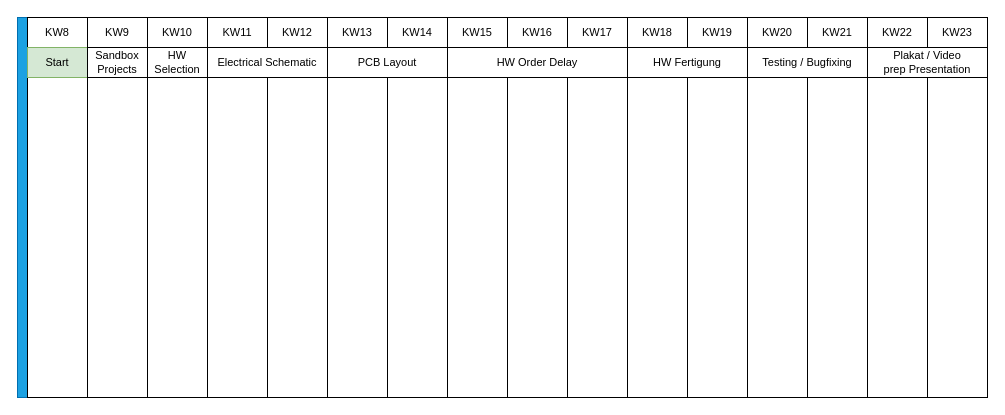
The draw.io diagram Documentation/timeplan/timeplan.drawio in KROIA/Voicemail-Box, before the edit. Source tidied: cells renumbered, new cells numbered last; positions are measured from the earlier drawing's top-left corner, leaving out a move shared by most shapes. Both pictures are drawn from the tidied source at 100%, with x=0, y=0 at pixel (17, 17).
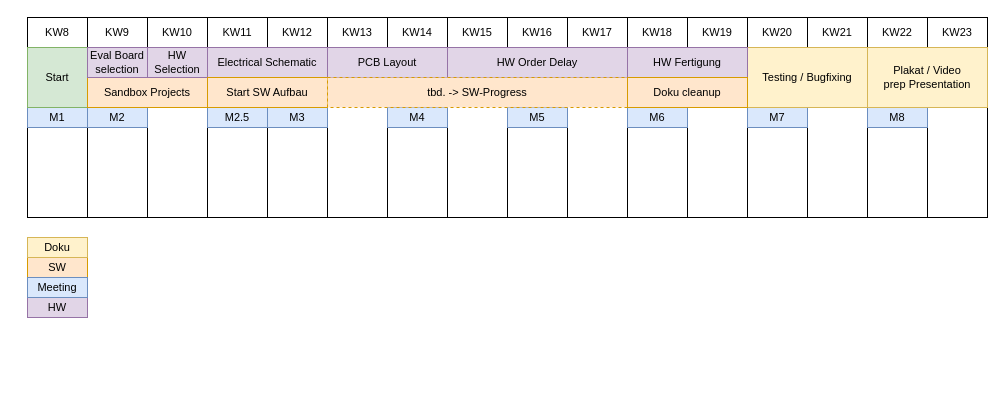
The same diagram, later.

Change to the diagram source:
```diff
@@
-    <mxCell id="2" style="group;fillColor=#1ba1e2;strokeColor=#006EAF;fontColor=#ffffff;" parent="1" vertex="1">
-      <mxGeometry width="970" height="380" as="geometry" />
-    </mxCell>
+    <mxCell id="44" style="group;" parent="1" vertex="1">
+      <mxGeometry x="10" width="960" height="200" as="geometry" />
+    </mxCell>
-    <mxCell id="3" style="rounded=0;whiteSpace=wrap;html=1;fontFamily=Helvetica;fontSize=11;fontColor=default;labelBackgroundColor=default;" parent="1" vertex="1">
-      <mxGeometry x="10" width="60" height="380" as="geometry" />
+    <mxCell id="3" style="rounded=0;whiteSpace=wrap;html=1;fontFamily=Helvetica;fontSize=11;fontColor=default;labelBackgroundColor=default;" parent="44" vertex="1">
+      <mxGeometry width="60" height="200" as="geometry" />
     </mxCell>
-    <mxCell id="4" style="rounded=0;whiteSpace=wrap;html=1;fontFamily=Helvetica;fontSize=11;fontColor=default;labelBackgroundColor=default;" parent="1" vertex="1">
-      <mxGeometry x="70" width="60" height="380" as="geometry" />
+    <mxCell id="4" style="rounded=0;whiteSpace=wrap;html=1;fontFamily=Helvetica;fontSize=11;fontColor=default;labelBackgroundColor=default;" parent="44" vertex="1">
+      <mxGeometry x="60" width="60" height="200" as="geometry" />
     </mxCell>
-    <mxCell id="5" style="rounded=0;whiteSpace=wrap;html=1;fontFamily=Helvetica;fontSize=11;fontColor=default;labelBackgroundColor=default;" parent="1" vertex="1">
-      <mxGeometry x="130" width="60" height="380" as="geometry" />
+    <mxCell id="5" style="rounded=0;whiteSpace=wrap;html=1;fontFamily=Helvetica;fontSize=11;fontColor=default;labelBackgroundColor=default;" parent="44" vertex="1">
+      <mxGeometry x="120" width="60" height="200" as="geometry" />
     </mxCell>
-    <mxCell id="6" style="rounded=0;whiteSpace=wrap;html=1;fontFamily=Helvetica;fontSize=11;fontColor=default;labelBackgroundColor=default;" parent="1" vertex="1">
-      <mxGeometry x="190" width="60" height="380" as="geometry" />
+    <mxCell id="6" style="rounded=0;whiteSpace=wrap;html=1;fontFamily=Helvetica;fontSize=11;fontColor=default;labelBackgroundColor=default;" parent="44" vertex="1">
+      <mxGeometry x="180" width="60" height="200" as="geometry" />
     </mxCell>
-    <mxCell id="7" style="rounded=0;whiteSpace=wrap;html=1;fontFamily=Helvetica;fontSize=11;fontColor=default;labelBackgroundColor=default;" parent="1" vertex="1">
-      <mxGeometry x="250" width="60" height="380" as="geometry" />
+    <mxCell id="7" style="rounded=0;whiteSpace=wrap;html=1;fontFamily=Helvetica;fontSize=11;fontColor=default;labelBackgroundColor=default;" parent="44" vertex="1">
+      <mxGeometry x="240" width="60" height="200" as="geometry" />
     </mxCell>
-    <mxCell id="8" style="rounded=0;whiteSpace=wrap;html=1;fontFamily=Helvetica;fontSize=11;fontColor=default;labelBackgroundColor=default;" parent="1" vertex="1">
-      <mxGeometry x="310" width="60" height="380" as="geometry" />
+    <mxCell id="8" style="rounded=0;whiteSpace=wrap;html=1;fontFamily=Helvetica;fontSize=11;fontColor=default;labelBackgroundColor=default;" parent="44" vertex="1">
+      <mxGeometry x="300" width="60" height="200" as="geometry" />
     </mxCell>
-    <mxCell id="9" style="rounded=0;whiteSpace=wrap;html=1;fontFamily=Helvetica;fontSize=11;fontColor=default;labelBackgroundColor=default;" parent="1" vertex="1">
-      <mxGeometry x="370" width="60" height="380" as="geometry" />
+    <mxCell id="9" style="rounded=0;whiteSpace=wrap;html=1;fontFamily=Helvetica;fontSize=11;fontColor=default;labelBackgroundColor=default;" parent="44" vertex="1">
+      <mxGeometry x="360" width="60" height="200" as="geometry" />
     </mxCell>
-    <mxCell id="10" style="rounded=0;whiteSpace=wrap;html=1;fontFamily=Helvetica;fontSize=11;fontColor=default;labelBackgroundColor=default;" parent="1" vertex="1">
-      <mxGeometry x="430" width="60" height="380" as="geometry" />
+    <mxCell id="10" style="rounded=0;whiteSpace=wrap;html=1;fontFamily=Helvetica;fontSize=11;fontColor=default;labelBackgroundColor=default;" parent="44" vertex="1">
+      <mxGeometry x="420" width="60" height="200" as="geometry" />
     </mxCell>
-    <mxCell id="11" style="rounded=0;whiteSpace=wrap;html=1;fontFamily=Helvetica;fontSize=11;fontColor=default;labelBackgroundColor=default;" parent="1" vertex="1">
-      <mxGeometry x="490" width="60" height="380" as="geometry" />
+    <mxCell id="11" style="rounded=0;whiteSpace=wrap;html=1;fontFamily=Helvetica;fontSize=11;fontColor=default;labelBackgroundColor=default;" parent="44" vertex="1">
+      <mxGeometry x="480" width="60" height="200" as="geometry" />
     </mxCell>
-    <mxCell id="12" style="rounded=0;whiteSpace=wrap;html=1;fontFamily=Helvetica;fontSize=11;fontColor=default;labelBackgroundColor=default;" parent="1" vertex="1">
-      <mxGeometry x="550" width="60" height="380" as="geometry" />
+    <mxCell id="12" style="rounded=0;whiteSpace=wrap;html=1;fontFamily=Helvetica;fontSize=11;fontColor=default;labelBackgroundColor=default;" parent="44" vertex="1">
+      <mxGeometry x="540" width="60" height="200" as="geometry" />
     </mxCell>
-    <mxCell id="13" style="rounded=0;whiteSpace=wrap;html=1;fontFamily=Helvetica;fontSize=11;fontColor=default;labelBackgroundColor=default;" parent="1" vertex="1">
-      <mxGeometry x="610" width="60" height="380" as="geometry" />
+    <mxCell id="13" style="rounded=0;whiteSpace=wrap;html=1;fontFamily=Helvetica;fontSize=11;fontColor=default;labelBackgroundColor=default;" parent="44" vertex="1">
+      <mxGeometry x="600" width="60" height="200" as="geometry" />
     </mxCell>
-    <mxCell id="14" style="rounded=0;whiteSpace=wrap;html=1;fontFamily=Helvetica;fontSize=11;fontColor=default;labelBackgroundColor=default;" parent="1" vertex="1">
-      <mxGeometry x="670" width="60" height="380" as="geometry" />
+    <mxCell id="14" style="rounded=0;whiteSpace=wrap;html=1;fontFamily=Helvetica;fontSize=11;fontColor=default;labelBackgroundColor=default;" parent="44" vertex="1">
+      <mxGeometry x="660" width="60" height="200" as="geometry" />
     </mxCell>
-    <mxCell id="15" style="rounded=0;whiteSpace=wrap;html=1;fontFamily=Helvetica;fontSize=11;fontColor=default;labelBackgroundColor=default;" parent="1" vertex="1">
-      <mxGeometry x="730" width="60" height="380" as="geometry" />
+    <mxCell id="15" style="rounded=0;whiteSpace=wrap;html=1;fontFamily=Helvetica;fontSize=11;fontColor=default;labelBackgroundColor=default;" parent="44" vertex="1">
+      <mxGeometry x="720" width="60" height="200" as="geometry" />
     </mxCell>
-    <mxCell id="16" style="rounded=0;whiteSpace=wrap;html=1;fontFamily=Helvetica;fontSize=11;fontColor=default;labelBackgroundColor=default;" parent="1" vertex="1">
-      <mxGeometry x="790" width="60" height="380" as="geometry" />
+    <mxCell id="16" style="rounded=0;whiteSpace=wrap;html=1;fontFamily=Helvetica;fontSize=11;fontColor=default;labelBackgroundColor=default;" parent="44" vertex="1">
+      <mxGeometry x="780" width="60" height="200" as="geometry" />
     </mxCell>
-    <mxCell id="17" style="rounded=0;whiteSpace=wrap;html=1;fontFamily=Helvetica;fontSize=11;fontColor=default;labelBackgroundColor=default;" parent="1" vertex="1">
-      <mxGeometry x="850" width="60" height="380" as="geometry" />
+    <mxCell id="17" style="rounded=0;whiteSpace=wrap;html=1;fontFamily=Helvetica;fontSize=11;fontColor=default;labelBackgroundColor=default;" parent="44" vertex="1">
+      <mxGeometry x="840" width="60" height="200" as="geometry" />
     </mxCell>
+    <mxCell id="33" style="rounded=0;whiteSpace=wrap;html=1;fontFamily=Helvetica;fontSize=11;fontColor=default;labelBackgroundColor=default;" parent="44" vertex="1">
+      <mxGeometry x="900" width="60" height="200" as="geometry" />
+    </mxCell>
+    <mxCell id="45" value="M1" style="rounded=0;whiteSpace=wrap;html=1;fontFamily=Helvetica;fontSize=11;labelBackgroundColor=none;fillColor=#dae8fc;strokeColor=#6c8ebf;" parent="44" vertex="1">
+      <mxGeometry y="90" width="60" height="20" as="geometry" />
+    </mxCell>
+    <mxCell id="46" value="M2.5" style="rounded=0;whiteSpace=wrap;html=1;fontFamily=Helvetica;fontSize=11;labelBackgroundColor=none;fillColor=#dae8fc;strokeColor=#6c8ebf;" parent="44" vertex="1">
+      <mxGeometry x="180" y="90" width="60" height="20" as="geometry" />
+    </mxCell>
+    <mxCell id="47" value="M2" style="rounded=0;whiteSpace=wrap;html=1;fontFamily=Helvetica;fontSize=11;labelBackgroundColor=none;fillColor=#dae8fc;strokeColor=#6c8ebf;" parent="44" vertex="1">
+      <mxGeometry x="60" y="90" width="60" height="20" as="geometry" />
+    </mxCell>
+    <mxCell id="48" value="M3" style="rounded=0;whiteSpace=wrap;html=1;fontFamily=Helvetica;fontSize=11;labelBackgroundColor=none;fillColor=#dae8fc;strokeColor=#6c8ebf;" parent="44" vertex="1">
+      <mxGeometry x="240" y="90" width="60" height="20" as="geometry" />
+    </mxCell>
+    <mxCell id="49" value="M4" style="rounded=0;whiteSpace=wrap;html=1;fontFamily=Helvetica;fontSize=11;labelBackgroundColor=none;fillColor=#dae8fc;strokeColor=#6c8ebf;" parent="44" vertex="1">
+      <mxGeometry x="360" y="90" width="60" height="20" as="geometry" />
+    </mxCell>
+    <mxCell id="50" value="M5" style="rounded=0;whiteSpace=wrap;html=1;fontFamily=Helvetica;fontSize=11;labelBackgroundColor=none;fillColor=#dae8fc;strokeColor=#6c8ebf;" parent="44" vertex="1">
+      <mxGeometry x="480" y="90" width="60" height="20" as="geometry" />
+    </mxCell>
+    <mxCell id="51" value="M6" style="rounded=0;whiteSpace=wrap;html=1;fontFamily=Helvetica;fontSize=11;labelBackgroundColor=none;fillColor=#dae8fc;strokeColor=#6c8ebf;" parent="44" vertex="1">
+      <mxGeometry x="600" y="90" width="60" height="20" as="geometry" />
+    </mxCell>
+    <mxCell id="52" value="M7" style="rounded=0;whiteSpace=wrap;html=1;fontFamily=Helvetica;fontSize=11;labelBackgroundColor=none;fillColor=#dae8fc;strokeColor=#6c8ebf;" parent="44" vertex="1">
+      <mxGeometry x="720" y="90" width="60" height="20" as="geometry" />
+    </mxCell>
+    <mxCell id="53" value="M8" style="rounded=0;whiteSpace=wrap;html=1;fontFamily=Helvetica;fontSize=11;labelBackgroundColor=none;fillColor=#dae8fc;strokeColor=#6c8ebf;" parent="44" vertex="1">
+      <mxGeometry x="840" y="90" width="60" height="20" as="geometry" />
+    </mxCell>
@@
-    <mxCell id="33" style="rounded=0;whiteSpace=wrap;html=1;fontFamily=Helvetica;fontSize=11;fontColor=default;labelBackgroundColor=default;" parent="1" vertex="1">
-      <mxGeometry x="910" width="60" height="380" as="geometry" />
-    </mxCell>
@@
     <mxCell id="35" value="Start" style="rounded=0;whiteSpace=wrap;html=1;fontFamily=Helvetica;fontSize=11;labelBackgroundColor=none;fillColor=#d5e8d4;strokeColor=#82b366;" parent="1" vertex="1">
-      <mxGeometry x="10" y="30" width="60" height="30" as="geometry" />
+      <mxGeometry x="10" y="30" width="60" height="60" as="geometry" />
     </mxCell>
-    <mxCell id="36" value="Sandbox Projects" style="rounded=0;whiteSpace=wrap;html=1;fontFamily=Helvetica;fontSize=11;fontColor=default;labelBackgroundColor=none;" parent="1" vertex="1">
-      <mxGeometry x="70" y="30" width="60" height="30" as="geometry" />
+    <mxCell id="36" value="Sandbox Projects" style="rounded=0;whiteSpace=wrap;html=1;fontFamily=Helvetica;fontSize=11;labelBackgroundColor=none;fillColor=#ffe6cc;strokeColor=#d79b00;" parent="1" vertex="1">
+      <mxGeometry x="70" y="60" width="120" height="30" as="geometry" />
     </mxCell>
-    <mxCell id="37" value="HW Selection" style="rounded=0;whiteSpace=wrap;html=1;fontFamily=Helvetica;fontSize=11;fontColor=default;labelBackgroundColor=none;" parent="1" vertex="1">
+    <mxCell id="37" value="HW Selection" style="rounded=0;whiteSpace=wrap;html=1;fontFamily=Helvetica;fontSize=11;labelBackgroundColor=none;fillColor=#e1d5e7;strokeColor=#9673a6;" parent="1" vertex="1">
       <mxGeometry x="130" y="30" width="60" height="30" as="geometry" />
     </mxCell>
-    <mxCell id="38" value="Electrical Schematic" style="rounded=0;whiteSpace=wrap;html=1;fontFamily=Helvetica;fontSize=11;fontColor=default;labelBackgroundColor=none;" parent="1" vertex="1">
+    <mxCell id="38" value="Electrical Schematic" style="rounded=0;whiteSpace=wrap;html=1;fontFamily=Helvetica;fontSize=11;labelBackgroundColor=none;fillColor=#e1d5e7;strokeColor=#9673a6;" parent="1" vertex="1">
       <mxGeometry x="190" y="30" width="120" height="30" as="geometry" />
     </mxCell>
-    <mxCell id="39" value="PCB Layout" style="rounded=0;whiteSpace=wrap;html=1;fontFamily=Helvetica;fontSize=11;fontColor=default;labelBackgroundColor=none;" parent="1" vertex="1">
+    <mxCell id="39" value="PCB Layout" style="rounded=0;whiteSpace=wrap;html=1;fontFamily=Helvetica;fontSize=11;labelBackgroundColor=none;fillColor=#e1d5e7;strokeColor=#9673a6;" parent="1" vertex="1">
       <mxGeometry x="310" y="30" width="120" height="30" as="geometry" />
     </mxCell>
-    <mxCell id="40" value="Testing / Bugfixing" style="rounded=0;whiteSpace=wrap;html=1;fontFamily=Helvetica;fontSize=11;fontColor=default;labelBackgroundColor=none;" parent="1" vertex="1">
-      <mxGeometry x="730" y="30" width="120" height="30" as="geometry" />
+    <mxCell id="40" value="Testing / Bugfixing" style="rounded=0;whiteSpace=wrap;html=1;fontFamily=Helvetica;fontSize=11;labelBackgroundColor=none;fillColor=#fff2cc;strokeColor=#d6b656;" parent="1" vertex="1">
+      <mxGeometry x="730" y="30" width="120" height="60" as="geometry" />
     </mxCell>
-    <mxCell id="41" value="HW Order Delay" style="rounded=0;whiteSpace=wrap;html=1;fontFamily=Helvetica;fontSize=11;fontColor=default;labelBackgroundColor=none;" parent="1" vertex="1">
+    <mxCell id="41" value="HW Order Delay" style="rounded=0;whiteSpace=wrap;html=1;fontFamily=Helvetica;fontSize=11;labelBackgroundColor=none;fillColor=#e1d5e7;strokeColor=#9673a6;" parent="1" vertex="1">
       <mxGeometry x="430" y="30" width="180" height="30" as="geometry" />
     </mxCell>
-    <mxCell id="42" value="Plakat / Video&lt;br&gt;prep Presentation" style="rounded=0;whiteSpace=wrap;html=1;fontFamily=Helvetica;fontSize=11;fontColor=default;labelBackgroundColor=none;" parent="1" vertex="1">
-      <mxGeometry x="850" y="30" width="120" height="30" as="geometry" />
+    <mxCell id="42" value="Plakat / Video&lt;br&gt;prep Presentation" style="rounded=0;whiteSpace=wrap;html=1;fontFamily=Helvetica;fontSize=11;labelBackgroundColor=none;fillColor=#fff2cc;strokeColor=#d6b656;" parent="1" vertex="1">
+      <mxGeometry x="850" y="30" width="120" height="60" as="geometry" />
     </mxCell>
-    <mxCell id="43" value="HW Fertigung" style="rounded=0;whiteSpace=wrap;html=1;fontFamily=Helvetica;fontSize=11;fontColor=default;labelBackgroundColor=none;" parent="1" vertex="1">
+    <mxCell id="43" value="HW Fertigung" style="rounded=0;whiteSpace=wrap;html=1;fontFamily=Helvetica;fontSize=11;labelBackgroundColor=none;fillColor=#e1d5e7;strokeColor=#9673a6;" parent="1" vertex="1">
       <mxGeometry x="610" y="30" width="120" height="30" as="geometry" />
     </mxCell>
+    <mxCell id="54" value="Start SW Aufbau" style="rounded=0;whiteSpace=wrap;html=1;fontFamily=Helvetica;fontSize=11;labelBackgroundColor=none;fillColor=#ffe6cc;strokeColor=#d79b00;" parent="1" vertex="1">
+      <mxGeometry x="190" y="60" width="120" height="30" as="geometry" />
+    </mxCell>
+    <mxCell id="55" value="tbd. -&amp;gt; SW-Progress" style="rounded=0;whiteSpace=wrap;html=1;fontFamily=Helvetica;fontSize=11;labelBackgroundColor=none;dashed=1;fillColor=#ffe6cc;strokeColor=#d79b00;" parent="1" vertex="1">
+      <mxGeometry x="310" y="60" width="300" height="30" as="geometry" />
+    </mxCell>
+    <mxCell id="56" value="Doku cleanup" style="rounded=0;whiteSpace=wrap;html=1;fontFamily=Helvetica;fontSize=11;labelBackgroundColor=none;fillColor=#ffe6cc;strokeColor=#d79b00;" parent="1" vertex="1">
+      <mxGeometry x="610" y="60" width="120" height="30" as="geometry" />
+    </mxCell>
+    <mxCell id="57" value="Eval Board&lt;div&gt;selection&lt;/div&gt;" style="rounded=0;whiteSpace=wrap;html=1;fontFamily=Helvetica;fontSize=11;labelBackgroundColor=none;fillColor=#e1d5e7;strokeColor=#9673a6;" parent="1" vertex="1">
+      <mxGeometry x="70" y="30" width="60" height="30" as="geometry" />
+    </mxCell>
+    <mxCell id="58" value="HW" style="rounded=0;whiteSpace=wrap;html=1;fontFamily=Helvetica;fontSize=11;labelBackgroundColor=none;fillColor=#e1d5e7;strokeColor=#9673a6;" parent="1" vertex="1">
+      <mxGeometry x="10" y="280" width="60" height="20" as="geometry" />
+    </mxCell>
+    <mxCell id="59" value="SW" style="rounded=0;whiteSpace=wrap;html=1;fontFamily=Helvetica;fontSize=11;labelBackgroundColor=none;fillColor=#ffe6cc;strokeColor=#d79b00;" parent="1" vertex="1">
+      <mxGeometry x="10" y="240" width="60" height="20" as="geometry" />
+    </mxCell>
+    <mxCell id="60" value="Meeting" style="rounded=0;whiteSpace=wrap;html=1;fontFamily=Helvetica;fontSize=11;labelBackgroundColor=none;fillColor=#dae8fc;strokeColor=#6c8ebf;" parent="1" vertex="1">
+      <mxGeometry x="10" y="260" width="60" height="20" as="geometry" />
+    </mxCell>
+    <mxCell id="61" value="Doku" style="rounded=0;whiteSpace=wrap;html=1;fontFamily=Helvetica;fontSize=11;labelBackgroundColor=none;fillColor=#fff2cc;strokeColor=#d6b656;" parent="1" vertex="1">
+      <mxGeometry x="10" y="220" width="60" height="20" as="geometry" />
+    </mxCell>
```
